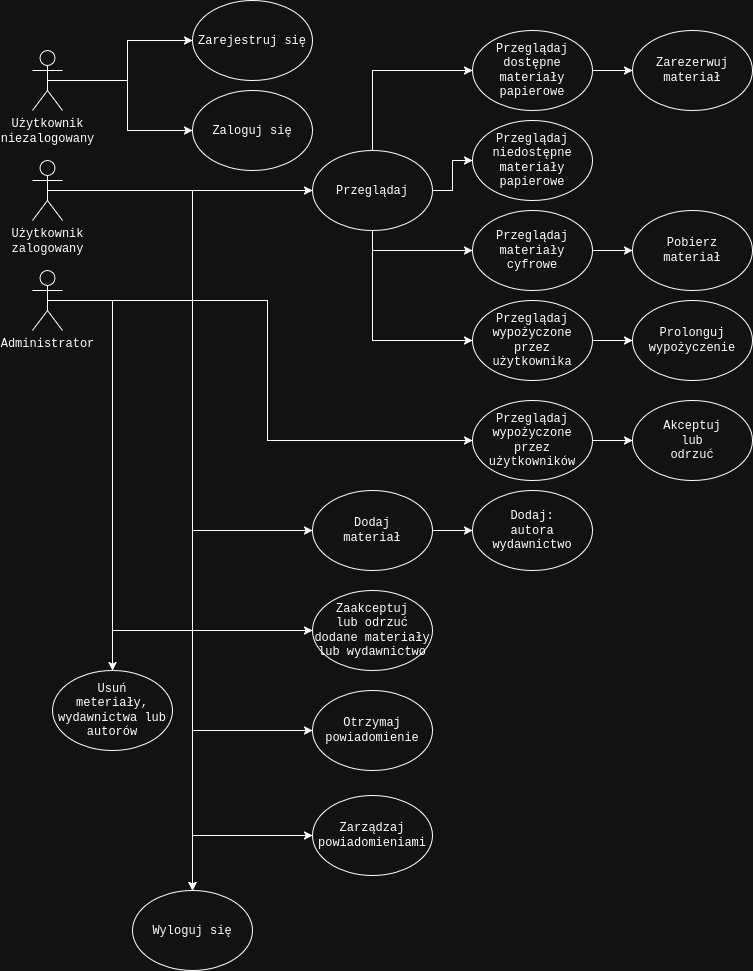
Above: lab04/resources/diagramUzycia.png in Revilllo7/analysis-and-design-of-IT-systems-class (draw.io), before the change. Source tidied: cells renumbered, new cells last; positions are measured from the earlier drawing's top-left corner, leaving out a move shared by most shapes.
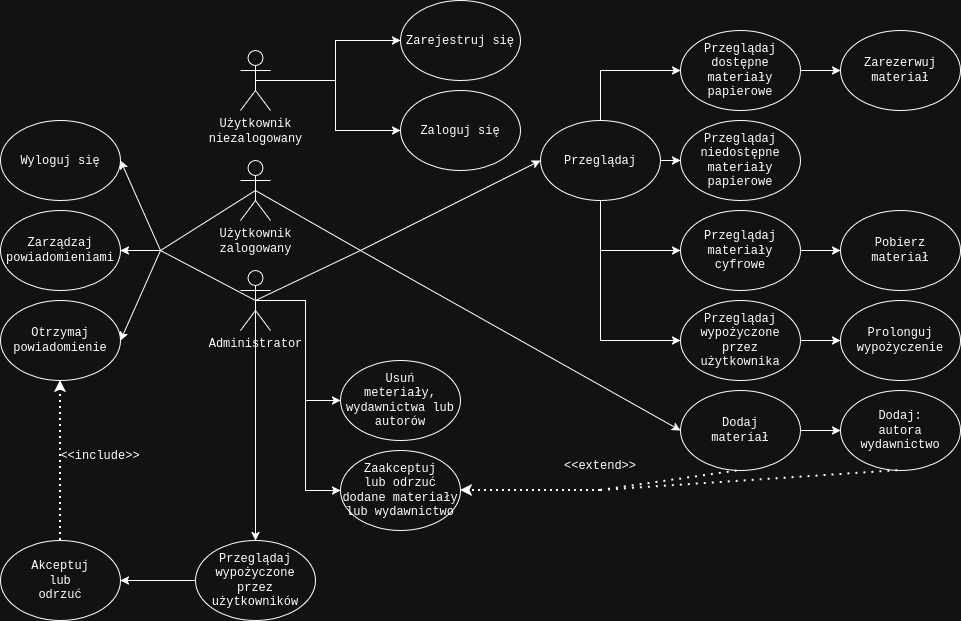
The same diagram one commit later.

Change to the diagram source:
```diff
@@ -11,64 +11,17 @@
     <mxCell id="4" value="&lt;div&gt;Użytkownik&lt;/div&gt;&lt;div&gt;niezalogowany&lt;/div&gt;&lt;div&gt;&lt;br&gt;&lt;/div&gt;" style="shape=umlActor;verticalLabelPosition=bottom;verticalAlign=top;html=1;outlineConnect=0;" parent="1" vertex="1">
       <mxGeometry y="50" width="30" height="60" as="geometry" />
     </mxCell>
-    <mxCell id="5" style="edgeStyle=orthogonalEdgeStyle;rounded=0;jettySize=auto;html=1;exitX=0.5;exitY=0.5;exitDx=0;exitDy=0;exitPerimeter=0;entryX=0;entryY=0.5;entryDx=0;entryDy=0;" parent="1" edge="1" source="10" target="22">
-      <mxGeometry relative="1" as="geometry" />
-    </mxCell>
-    <mxCell id="6" style="edgeStyle=orthogonalEdgeStyle;rounded=0;jettySize=auto;html=1;exitX=0.5;exitY=0.5;exitDx=0;exitDy=0;exitPerimeter=0;entryX=0;entryY=0.5;entryDx=0;entryDy=0;" parent="1" edge="1" source="10" target="34">
-      <mxGeometry relative="1" as="geometry">
-        <Array as="points">
-          <mxPoint x="160" y="190" />
-          <mxPoint x="160" y="530" />
-          <mxPoint x="280" y="530" />
-        </Array>
-      </mxGeometry>
-    </mxCell>
-    <mxCell id="7" style="edgeStyle=orthogonalEdgeStyle;rounded=0;jettySize=auto;html=1;exitX=0.5;exitY=0.5;exitDx=0;exitDy=0;exitPerimeter=0;entryX=0.5;entryY=0;entryDx=0;entryDy=0;" parent="1" edge="1" source="10" target="36">
-      <mxGeometry relative="1" as="geometry" />
-    </mxCell>
-    <mxCell id="8" style="edgeStyle=orthogonalEdgeStyle;rounded=0;jettySize=auto;html=1;exitX=0.5;exitY=0.5;exitDx=0;exitDy=0;exitPerimeter=0;entryX=0;entryY=0.5;entryDx=0;entryDy=0;" parent="1" edge="1" source="10" target="38">
-      <mxGeometry relative="1" as="geometry">
-        <Array as="points">
-          <mxPoint x="160" y="190" />
-          <mxPoint x="160" y="835" />
-        </Array>
-      </mxGeometry>
-    </mxCell>
-    <mxCell id="9" style="edgeStyle=orthogonalEdgeStyle;rounded=0;jettySize=auto;html=1;exitX=0.5;exitY=0.5;exitDx=0;exitDy=0;exitPerimeter=0;entryX=0;entryY=0.5;entryDx=0;entryDy=0;" parent="1" edge="1" source="10" target="37">
-      <mxGeometry relative="1" as="geometry">
-        <Array as="points">
-          <mxPoint x="160" y="190" />
-          <mxPoint x="160" y="730" />
-        </Array>
-      </mxGeometry>
-    </mxCell>
     <mxCell id="10" value="&lt;div&gt;Użytkownik&lt;/div&gt;&lt;div&gt;zalogowany&lt;/div&gt;" style="shape=umlActor;verticalLabelPosition=bottom;verticalAlign=top;html=1;outlineConnect=0;" parent="1" vertex="1">
       <mxGeometry y="160" width="30" height="60" as="geometry" />
     </mxCell>
-    <mxCell id="11" style="edgeStyle=orthogonalEdgeStyle;rounded=0;jettySize=auto;html=1;exitX=0.5;exitY=0.5;exitDx=0;exitDy=0;exitPerimeter=0;entryX=0.5;entryY=0;entryDx=0;entryDy=0;" parent="1" edge="1" source="15" target="36">
-      <mxGeometry relative="1" as="geometry">
-        <Array as="points">
-          <mxPoint x="160" y="300" />
-        </Array>
-      </mxGeometry>
-    </mxCell>
-    <mxCell id="12" style="edgeStyle=orthogonalEdgeStyle;rounded=0;jettySize=auto;html=1;exitX=0.5;exitY=0.5;exitDx=0;exitDy=0;exitPerimeter=0;entryX=0;entryY=0.5;entryDx=0;entryDy=0;" parent="1" edge="1" source="15" target="40">
+    <mxCell id="12" style="edgeStyle=orthogonalEdgeStyle;rounded=0;jettySize=auto;html=1;exitX=0.5;exitY=0.5;exitDx=0;exitDy=0;exitPerimeter=0;entryX=0.5;entryY=0;entryDx=0;entryDy=0;" parent="1" edge="1" source="15" target="40">
       <mxGeometry relative="1" as="geometry" />
     </mxCell>
     <mxCell id="13" style="edgeStyle=orthogonalEdgeStyle;rounded=0;jettySize=auto;html=1;exitX=0.5;exitY=0.5;exitDx=0;exitDy=0;exitPerimeter=0;entryX=0;entryY=0.5;entryDx=0;entryDy=0;" parent="1" edge="1" source="15" target="42">
-      <mxGeometry relative="1" as="geometry">
-        <Array as="points">
-          <mxPoint x="80" y="300" />
-          <mxPoint x="80" y="630" />
-        </Array>
-      </mxGeometry>
+      <mxGeometry relative="1" as="geometry" />
     </mxCell>
-    <mxCell id="14" style="edgeStyle=orthogonalEdgeStyle;rounded=0;jettySize=auto;html=1;exitX=0.5;exitY=0.5;exitDx=0;exitDy=0;exitPerimeter=0;entryX=0.5;entryY=0;entryDx=0;entryDy=0;" parent="1" edge="1" source="15" target="43">
-      <mxGeometry relative="1" as="geometry">
-        <Array as="points">
-          <mxPoint x="80" y="300" />
-        </Array>
-      </mxGeometry>
+    <mxCell id="14" style="edgeStyle=orthogonalEdgeStyle;rounded=0;jettySize=auto;html=1;exitX=0.5;exitY=0.5;exitDx=0;exitDy=0;exitPerimeter=0;entryX=0;entryY=0.5;entryDx=0;entryDy=0;" parent="1" edge="1" source="15" target="43">
+      <mxGeometry relative="1" as="geometry" />
     </mxCell>
     <mxCell id="15" value="&lt;div&gt;Administrator&lt;/div&gt;" style="shape=umlActor;verticalLabelPosition=bottom;verticalAlign=top;html=1;outlineConnect=0;" parent="1" vertex="1">
       <mxGeometry y="270" width="30" height="60" as="geometry" />
@@ -92,7 +45,7 @@
       <mxGeometry relative="1" as="geometry" />
     </mxCell>
     <mxCell id="22" value="Przeglądaj" style="ellipse;whiteSpace=wrap;html=1;" parent="1" vertex="1">
-      <mxGeometry x="280" y="150" width="120" height="80" as="geometry" />
+      <mxGeometry x="300" y="120" width="120" height="80" as="geometry" />
     </mxCell>
     <mxCell id="23" style="edgeStyle=orthogonalEdgeStyle;rounded=0;jettySize=auto;html=1;exitX=1;exitY=0.5;exitDx=0;exitDy=0;entryX=0;entryY=0.5;entryDx=0;entryDy=0;" parent="1" edge="1" source="24" target="28">
       <mxGeometry relative="1" as="geometry" />
@@ -128,34 +81,103 @@
       <mxGeometry relative="1" as="geometry" />
     </mxCell>
     <mxCell id="34" value="&lt;div&gt;Dodaj&lt;/div&gt;&lt;div&gt;materiał&lt;/div&gt;" style="ellipse;whiteSpace=wrap;html=1;" parent="1" vertex="1">
-      <mxGeometry x="280" y="490" width="120" height="80" as="geometry" />
+      <mxGeometry x="440" y="390" width="120" height="80" as="geometry" />
     </mxCell>
     <mxCell id="35" value="&lt;div&gt;Dodaj:&lt;/div&gt;&lt;div&gt;autora&lt;/div&gt;&lt;div&gt;wydawnictwo&lt;/div&gt;" style="ellipse;whiteSpace=wrap;html=1;" parent="1" vertex="1">
-      <mxGeometry x="440" y="490" width="120" height="80" as="geometry" />
+      <mxGeometry x="600" y="390" width="120" height="80" as="geometry" />
     </mxCell>
     <mxCell id="36" value="Wyloguj się" style="ellipse;whiteSpace=wrap;html=1;" parent="1" vertex="1">
-      <mxGeometry x="100" y="890" width="120" height="80" as="geometry" />
+      <mxGeometry x="-240" y="120" width="120" height="80" as="geometry" />
     </mxCell>
     <mxCell id="37" value="&lt;div&gt;Otrzymaj&lt;/div&gt;&lt;div&gt;powiadomienie&lt;/div&gt;" style="ellipse;whiteSpace=wrap;html=1;" parent="1" vertex="1">
-      <mxGeometry x="280" y="690" width="120" height="80" as="geometry" />
+      <mxGeometry x="-240" y="300" width="120" height="80" as="geometry" />
     </mxCell>
     <mxCell id="38" value="Zarządzaj powiadomieniami" style="ellipse;whiteSpace=wrap;html=1;" parent="1" vertex="1">
-      <mxGeometry x="280" y="795" width="120" height="80" as="geometry" />
+      <mxGeometry x="-240" y="210" width="120" height="80" as="geometry" />
     </mxCell>
-    <mxCell id="39" style="edgeStyle=orthogonalEdgeStyle;rounded=0;jettySize=auto;html=1;exitX=1;exitY=0.5;exitDx=0;exitDy=0;entryX=0;entryY=0.5;entryDx=0;entryDy=0;" parent="1" edge="1" source="40" target="41">
+    <mxCell id="39" style="edgeStyle=orthogonalEdgeStyle;rounded=0;jettySize=auto;html=1;exitX=0;exitY=0.5;exitDx=0;exitDy=0;entryX=1;entryY=0.5;entryDx=0;entryDy=0;" parent="1" edge="1" source="40" target="41">
       <mxGeometry relative="1" as="geometry" />
     </mxCell>
     <mxCell id="40" value="&lt;div&gt;Przeglądaj&lt;/div&gt;&lt;div&gt;wypożyczone&lt;/div&gt;&lt;div&gt;przez&lt;/div&gt;&lt;div&gt;użytkowników&lt;/div&gt;" style="ellipse;whiteSpace=wrap;html=1;" parent="1" vertex="1">
-      <mxGeometry x="440" y="400" width="120" height="80" as="geometry" />
+      <mxGeometry x="-45" y="540" width="120" height="80" as="geometry" />
     </mxCell>
     <mxCell id="41" value="&lt;div&gt;Akceptuj&lt;/div&gt;&lt;div&gt;lub&lt;/div&gt;&lt;div&gt;odrzuć&lt;/div&gt;" style="ellipse;whiteSpace=wrap;html=1;" parent="1" vertex="1">
-      <mxGeometry x="600" y="400" width="120" height="80" as="geometry" />
+      <mxGeometry x="-240" y="540" width="120" height="80" as="geometry" />
     </mxCell>
     <mxCell id="42" value="&lt;div&gt;Zaakceptuj&lt;/div&gt;&lt;div&gt;lub odrzuć&lt;/div&gt;&lt;div&gt;dodane materiały&lt;/div&gt;&lt;div&gt;lub wydawnictwo&lt;/div&gt;" style="ellipse;whiteSpace=wrap;html=1;" parent="1" vertex="1">
-      <mxGeometry x="280" y="590" width="120" height="80" as="geometry" />
+      <mxGeometry x="100" y="450" width="120" height="80" as="geometry" />
     </mxCell>
     <mxCell id="43" value="&lt;div&gt;Usuń&lt;/div&gt;&lt;div&gt;meteriały, wydawnictwa lub autorów&lt;/div&gt;" style="ellipse;whiteSpace=wrap;html=1;" parent="1" vertex="1">
-      <mxGeometry x="20" y="670" width="120" height="80" as="geometry" />
+      <mxGeometry x="100" y="360" width="120" height="80" as="geometry" />
     </mxCell>
+    <mxCell id="44" style="endArrow=none;html=1;rounded=0;exitX=0.5;exitY=0.5;exitDx=0;exitDy=0;exitPerimeter=0;" parent="1" edge="1" source="10">
+      <mxGeometry relative="1" as="geometry">
+        <mxPoint x="120" y="250" as="targetPoint" />
+      </mxGeometry>
+    </mxCell>
+    <mxCell id="45" style="endArrow=none;html=1;rounded=0;exitX=0.5;exitY=0.5;exitDx=0;exitDy=0;exitPerimeter=0;" parent="1" edge="1" source="15">
+      <mxGeometry relative="1" as="geometry">
+        <mxPoint x="120" y="250" as="targetPoint" />
+      </mxGeometry>
+    </mxCell>
+    <mxCell id="46" style="endArrow=classic;html=1;rounded=0;entryX=0;entryY=0.5;entryDx=0;entryDy=0;" parent="1" edge="1" target="22">
+      <mxGeometry relative="1" as="geometry">
+        <mxPoint x="120" y="250" as="sourcePoint" />
+      </mxGeometry>
+    </mxCell>
+    <mxCell id="47" style="endArrow=classic;html=1;rounded=0;entryX=0;entryY=0.5;entryDx=0;entryDy=0;" parent="1" edge="1" target="34">
+      <mxGeometry relative="1" as="geometry">
+        <mxPoint x="120" y="250" as="sourcePoint" />
+      </mxGeometry>
+    </mxCell>
+    <mxCell id="48" value="&amp;lt;&amp;lt;extend&amp;gt;&amp;gt;" style="text;html=1;whiteSpace=wrap;strokeColor=none;fillColor=none;align=center;verticalAlign=middle;rounded=0;" parent="1" vertex="1">
+      <mxGeometry x="330" y="450" width="60" height="30" as="geometry" />
+    </mxCell>
+    <mxCell id="49" style="endArrow=none;html=1;rounded=0;entryX=0.5;entryY=0.5;entryDx=0;entryDy=0;entryPerimeter=0;" parent="1" edge="1" target="10">
+      <mxGeometry relative="1" as="geometry">
+        <mxPoint x="-80" y="250" as="sourcePoint" />
+      </mxGeometry>
+    </mxCell>
+    <mxCell id="50" style="endArrow=none;html=1;rounded=0;entryX=0.5;entryY=0.5;entryDx=0;entryDy=0;entryPerimeter=0;" parent="1" edge="1" target="15">
+      <mxGeometry relative="1" as="geometry">
+        <mxPoint x="-80" y="250" as="sourcePoint" />
+      </mxGeometry>
+    </mxCell>
+    <mxCell id="51" style="endArrow=classic;html=1;rounded=0;entryX=1;entryY=0.5;entryDx=0;entryDy=0;" parent="1" edge="1" target="37">
+      <mxGeometry relative="1" as="geometry">
+        <mxPoint x="-80" y="250" as="sourcePoint" />
+      </mxGeometry>
+    </mxCell>
+    <mxCell id="52" style="endArrow=classic;html=1;rounded=0;entryX=1;entryY=0.5;entryDx=0;entryDy=0;" parent="1" edge="1" target="38">
+      <mxGeometry relative="1" as="geometry">
+        <mxPoint x="-80" y="250" as="sourcePoint" />
+      </mxGeometry>
+    </mxCell>
+    <mxCell id="53" style="endArrow=classic;html=1;rounded=0;entryX=1;entryY=0.5;entryDx=0;entryDy=0;" parent="1" edge="1" target="36">
+      <mxGeometry relative="1" as="geometry">
+        <mxPoint x="-80" y="250" as="sourcePoint" />
+      </mxGeometry>
+    </mxCell>
+    <mxCell id="54" style="html=1;labelBackgroundColor=#ffffff;startArrow=none;startFill=0;startSize=6;endArrow=classic;endFill=1;endSize=6;jettySize=auto;strokeWidth=2;dashed=1;fontSize=14;rounded=0;entryX=0.5;entryY=1;entryDx=0;entryDy=0;exitX=0.5;exitY=0;exitDx=0;exitDy=0;dashPattern=1 2;" parent="1" edge="1" source="41" target="37">
+      <mxGeometry relative="1" as="geometry" />
+    </mxCell>
+    <mxCell id="55" value="&amp;lt;&amp;lt;include&amp;gt;&amp;gt;" style="text;html=1;whiteSpace=wrap;strokeColor=none;fillColor=none;align=center;verticalAlign=middle;rounded=0;" parent="1" vertex="1">
+      <mxGeometry x="-170" y="440" width="60" height="30" as="geometry" />
+    </mxCell>
+    <mxCell id="56" style="endArrow=none;dashed=1;html=1;dashPattern=1 3;strokeWidth=2;rounded=0;entryX=0.5;entryY=1;entryDx=0;entryDy=0;" parent="1" edge="1" target="34">
+      <mxGeometry relative="1" as="geometry">
+        <mxPoint x="360" y="490" as="sourcePoint" />
+      </mxGeometry>
+    </mxCell>
+    <mxCell id="57" style="endArrow=none;dashed=1;html=1;dashPattern=1 3;strokeWidth=2;rounded=0;entryX=0.5;entryY=1;entryDx=0;entryDy=0;" parent="1" edge="1" target="35">
+      <mxGeometry relative="1" as="geometry">
+        <mxPoint x="360" y="490" as="sourcePoint" />
+      </mxGeometry>
+    </mxCell>
+    <mxCell id="58" style="endArrow=classic;html=1;rounded=0;entryX=1;entryY=0.5;entryDx=0;entryDy=0;dashed=1;dashPattern=1 2;strokeWidth=2;" parent="1" edge="1" target="42">
+      <mxGeometry relative="1" as="geometry">
+        <mxPoint x="360" y="490" as="sourcePoint" />
+      </mxGeometry>
+    </mxCell>
   </root>
 </mxGraphModel>
```
